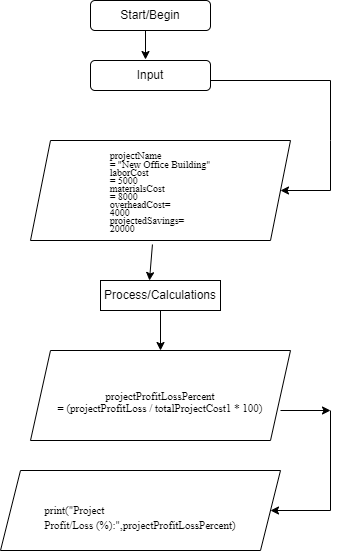
Before: pythonProjectdrawings.drawio.png, a diagram exported from draw.io (felix715/Economics). Source tidied: cells renumbered, new cells last; positions are measured from the earlier drawing's top-left corner, leaving out a move shared by most shapes.
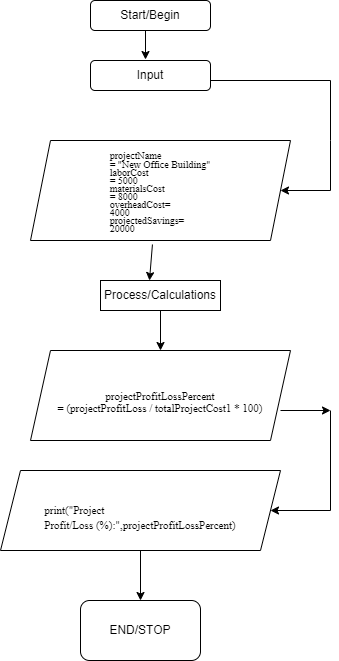
The same diagram one commit later.

Commit message:
IPO_ModelFlowchart

Diff of the diagram source:
```diff
@@ -64,5 +64,13 @@
         <mxPoint x="330" y="410" as="targetPoint" />
       </mxGeometry>
     </mxCell>
+    <mxCell id="16" value="END/STOP" style="rounded=1;whiteSpace=wrap;html=1;" parent="1" vertex="1">
+      <mxGeometry x="80" y="600" width="120" height="60" as="geometry" />
+    </mxCell>
+    <mxCell id="17" style="endArrow=classic;html=1;rounded=0;entryX=0.5;entryY=0;entryDx=0;entryDy=0;" parent="1" edge="1" target="16">
+      <mxGeometry relative="1" as="geometry">
+        <mxPoint x="140" y="550" as="sourcePoint" />
+      </mxGeometry>
+    </mxCell>
   </root>
 </mxGraphModel>
```
